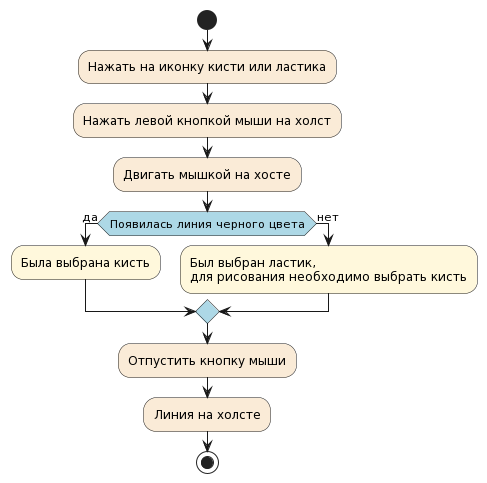
Above: diagrams/activity2.png in UnVeh/reposit (PlantUML), before the change.
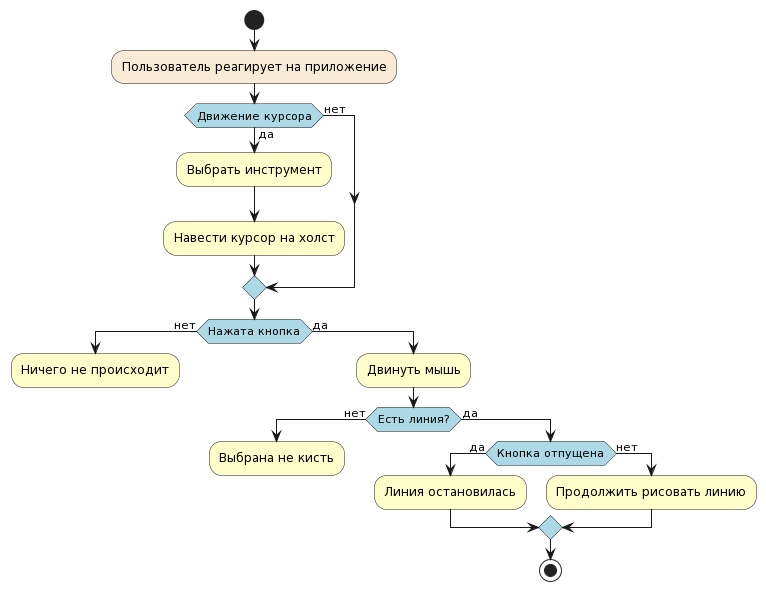
After the commit.

Diff of the diagram source:
```diff
@@ -3,18 +3,28 @@
     DiamondBackgroundColor LightBlue
 }
 start
+#AntiqueWhite:Пользователь реагирует на приложение;
+if (Движение курсора) then (да)
+#Business:Выбрать инструмент;
+#Business:Навести курсор на холст;
+else (нет)
+endif
+    if (Нажата кнопка) then (нет)
+    #Business:Ничего не происходит;
+    kill
+    else (да)
+    #Business:Двинуть мышь;
+        if (Есть линия?) then (нет)
+        #Business:Выбрана не кисть;
+        kill
 
-#AntiqueWhite:Нажать на иконку кисти или ластика;
+        else (да)
 
-#AntiqueWhite:Нажать левой кнопкой мыши на холст;
-#AntiqueWhite:Двигать мышкой на хосте;
-if (Появилась линия черного цвета) then (да)
-#Cornsilk:Была выбрана кисть;
-else (нет)
-#Cornsilk:Был выбран ластик,
-для рисования необходимо выбрать кисть;
+        if (Кнопка отпущена) then (да)
+        #Business:Линия остановилась;
+        else (нет)
+        #Business:Продолжить рисовать линию;
+
 endif
-#AntiqueWhite:Отпустить кнопку мыши;
-#AntiqueWhite:Линия на холсте;
 stop
 @enduml
```
